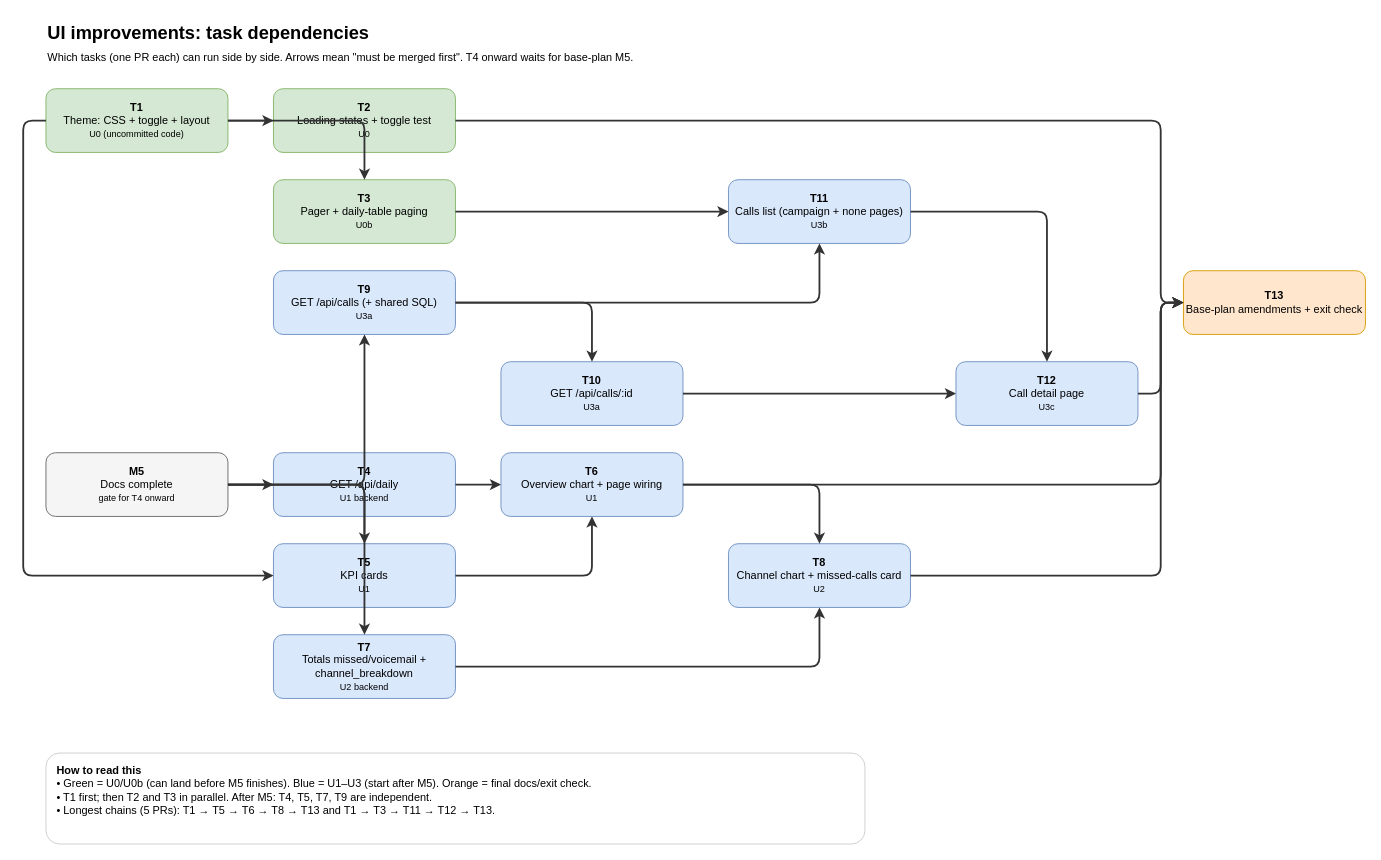
The draw.io diagram plans/ui-improvements/ui-improvements-dag.drawio in diegovazquezny/campaign-dashboard, before the edit. Source tidied: cells renumbered, new cells numbered last; positions are measured from the earlier drawing's top-left corner, leaving out a move shared by most shapes. Both pictures are drawn from the tidied source at 91%, with x=0, y=0 at pixel (23, 15).
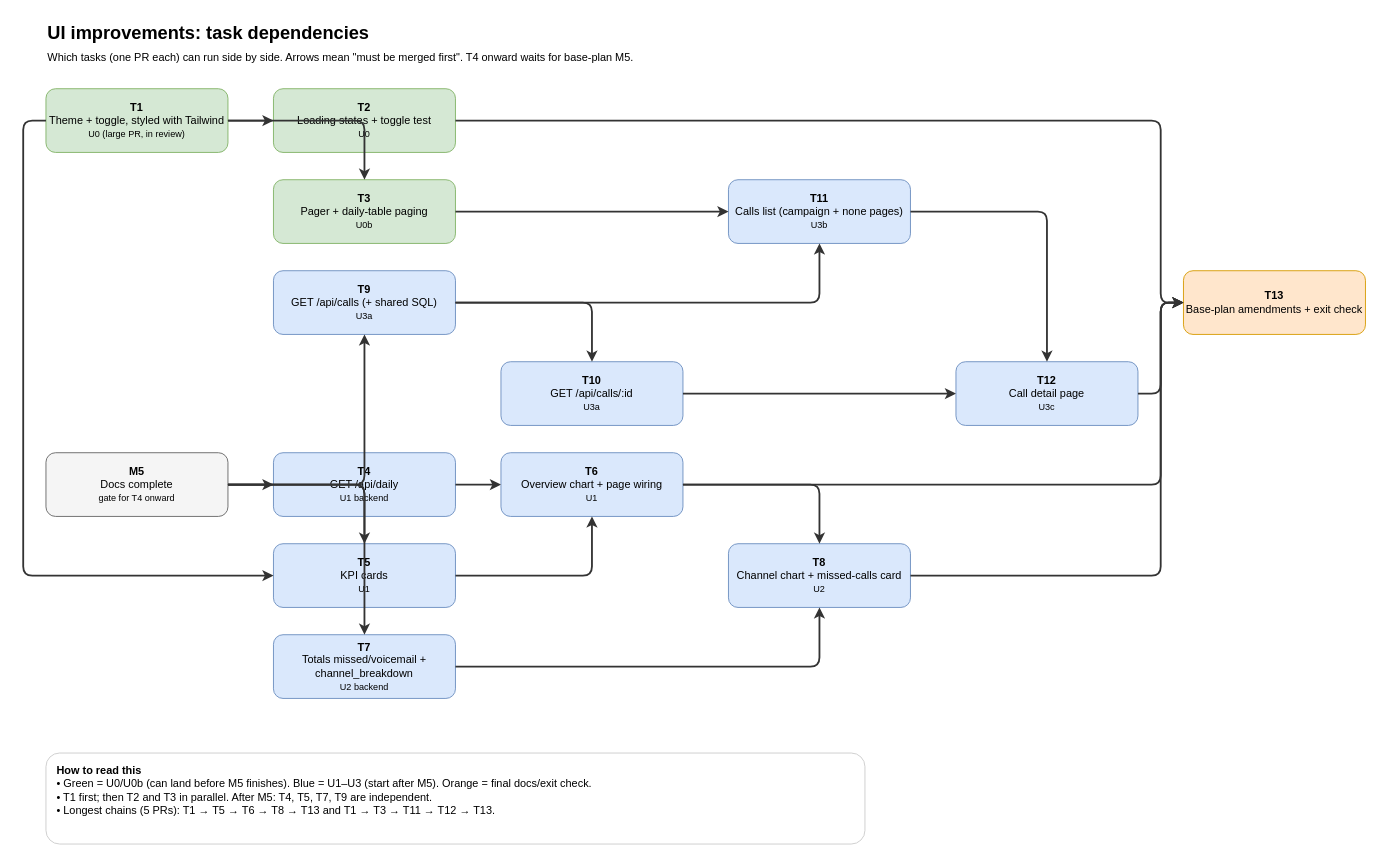
The same page after the edit.

The edit, as a diff of the source:
```diff
@@
-    <mxCell id="4" value="&lt;b&gt;T1&lt;/b&gt;&lt;br&gt;Theme: CSS + toggle + layout&lt;br&gt;&lt;font style=&quot;font-size:10px&quot;&gt;U0 (uncommitted code)&lt;/font&gt;" style="rounded=1;whiteSpace=wrap;html=1;fillColor=#D5E8D4;strokeColor=#82B366;fontSize=12;" parent="1" vertex="1">
+    <mxCell id="4" value="&lt;b&gt;T1&lt;/b&gt;&lt;br&gt;Theme + toggle, styled with Tailwind&lt;br&gt;&lt;font style=&quot;font-size:10px&quot;&gt;U0 (large PR, in review)&lt;/font&gt;" style="rounded=1;whiteSpace=wrap;html=1;fillColor=#D5E8D4;strokeColor=#82B366;fontSize=12;" parent="1" vertex="1">
       <mxGeometry x="25" y="80" width="200" height="70" as="geometry" />
     </mxCell>
```
